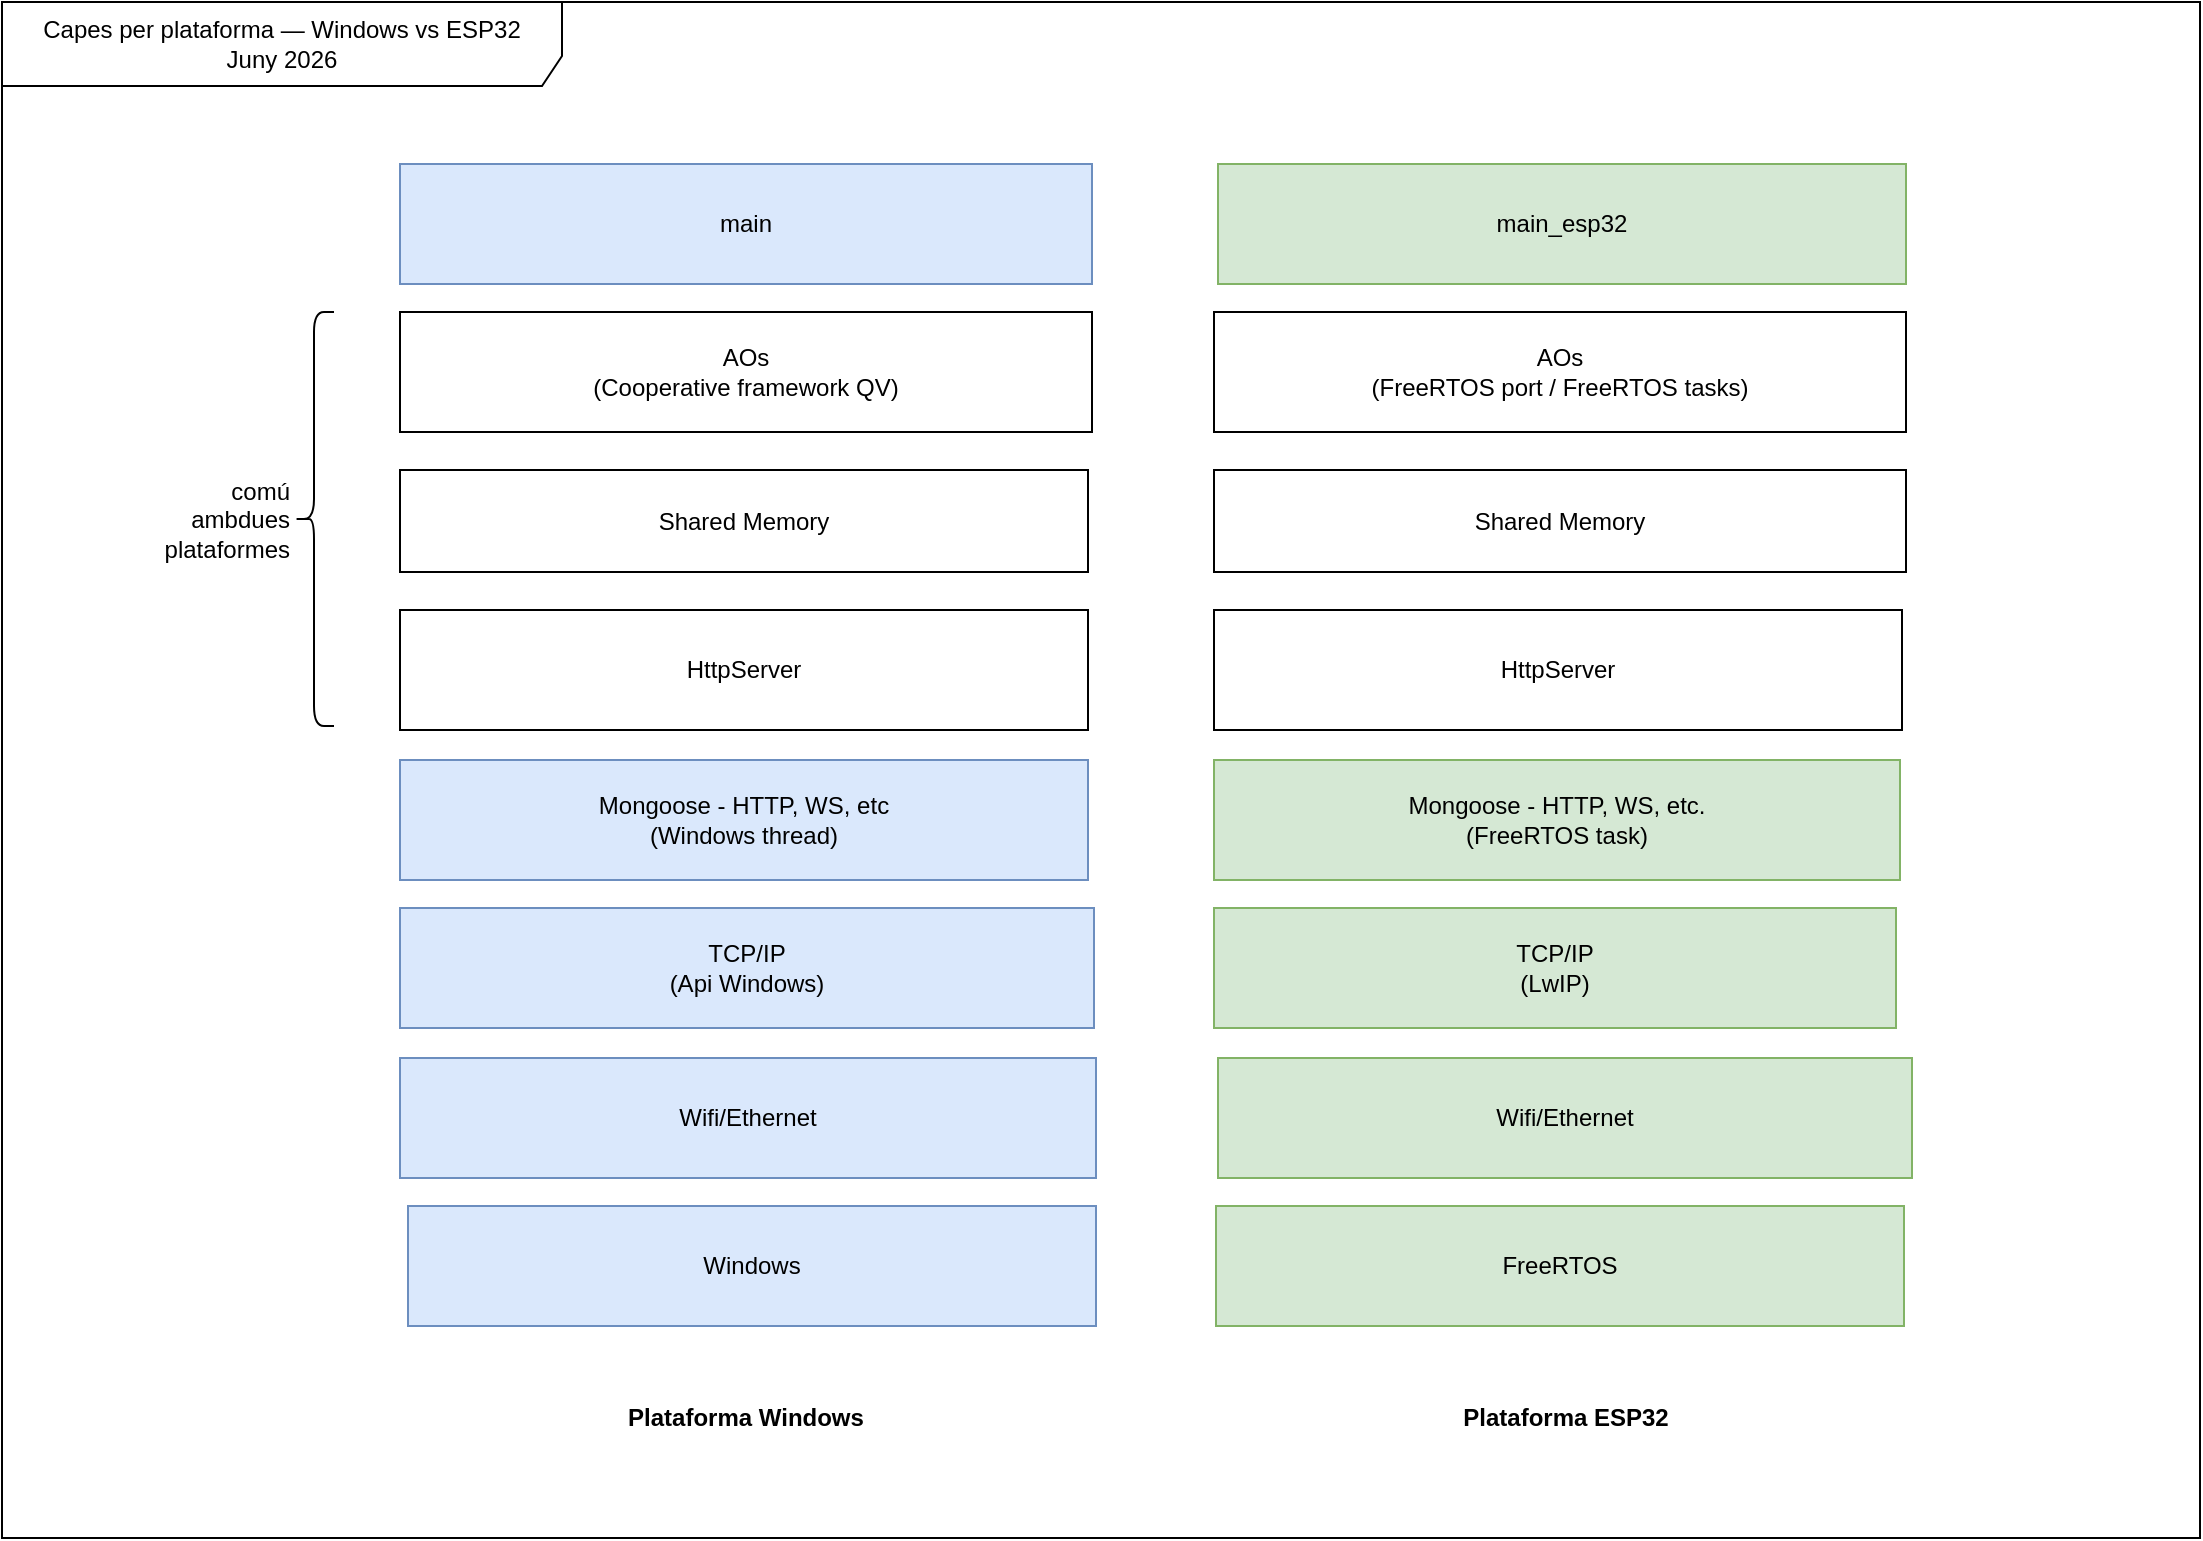
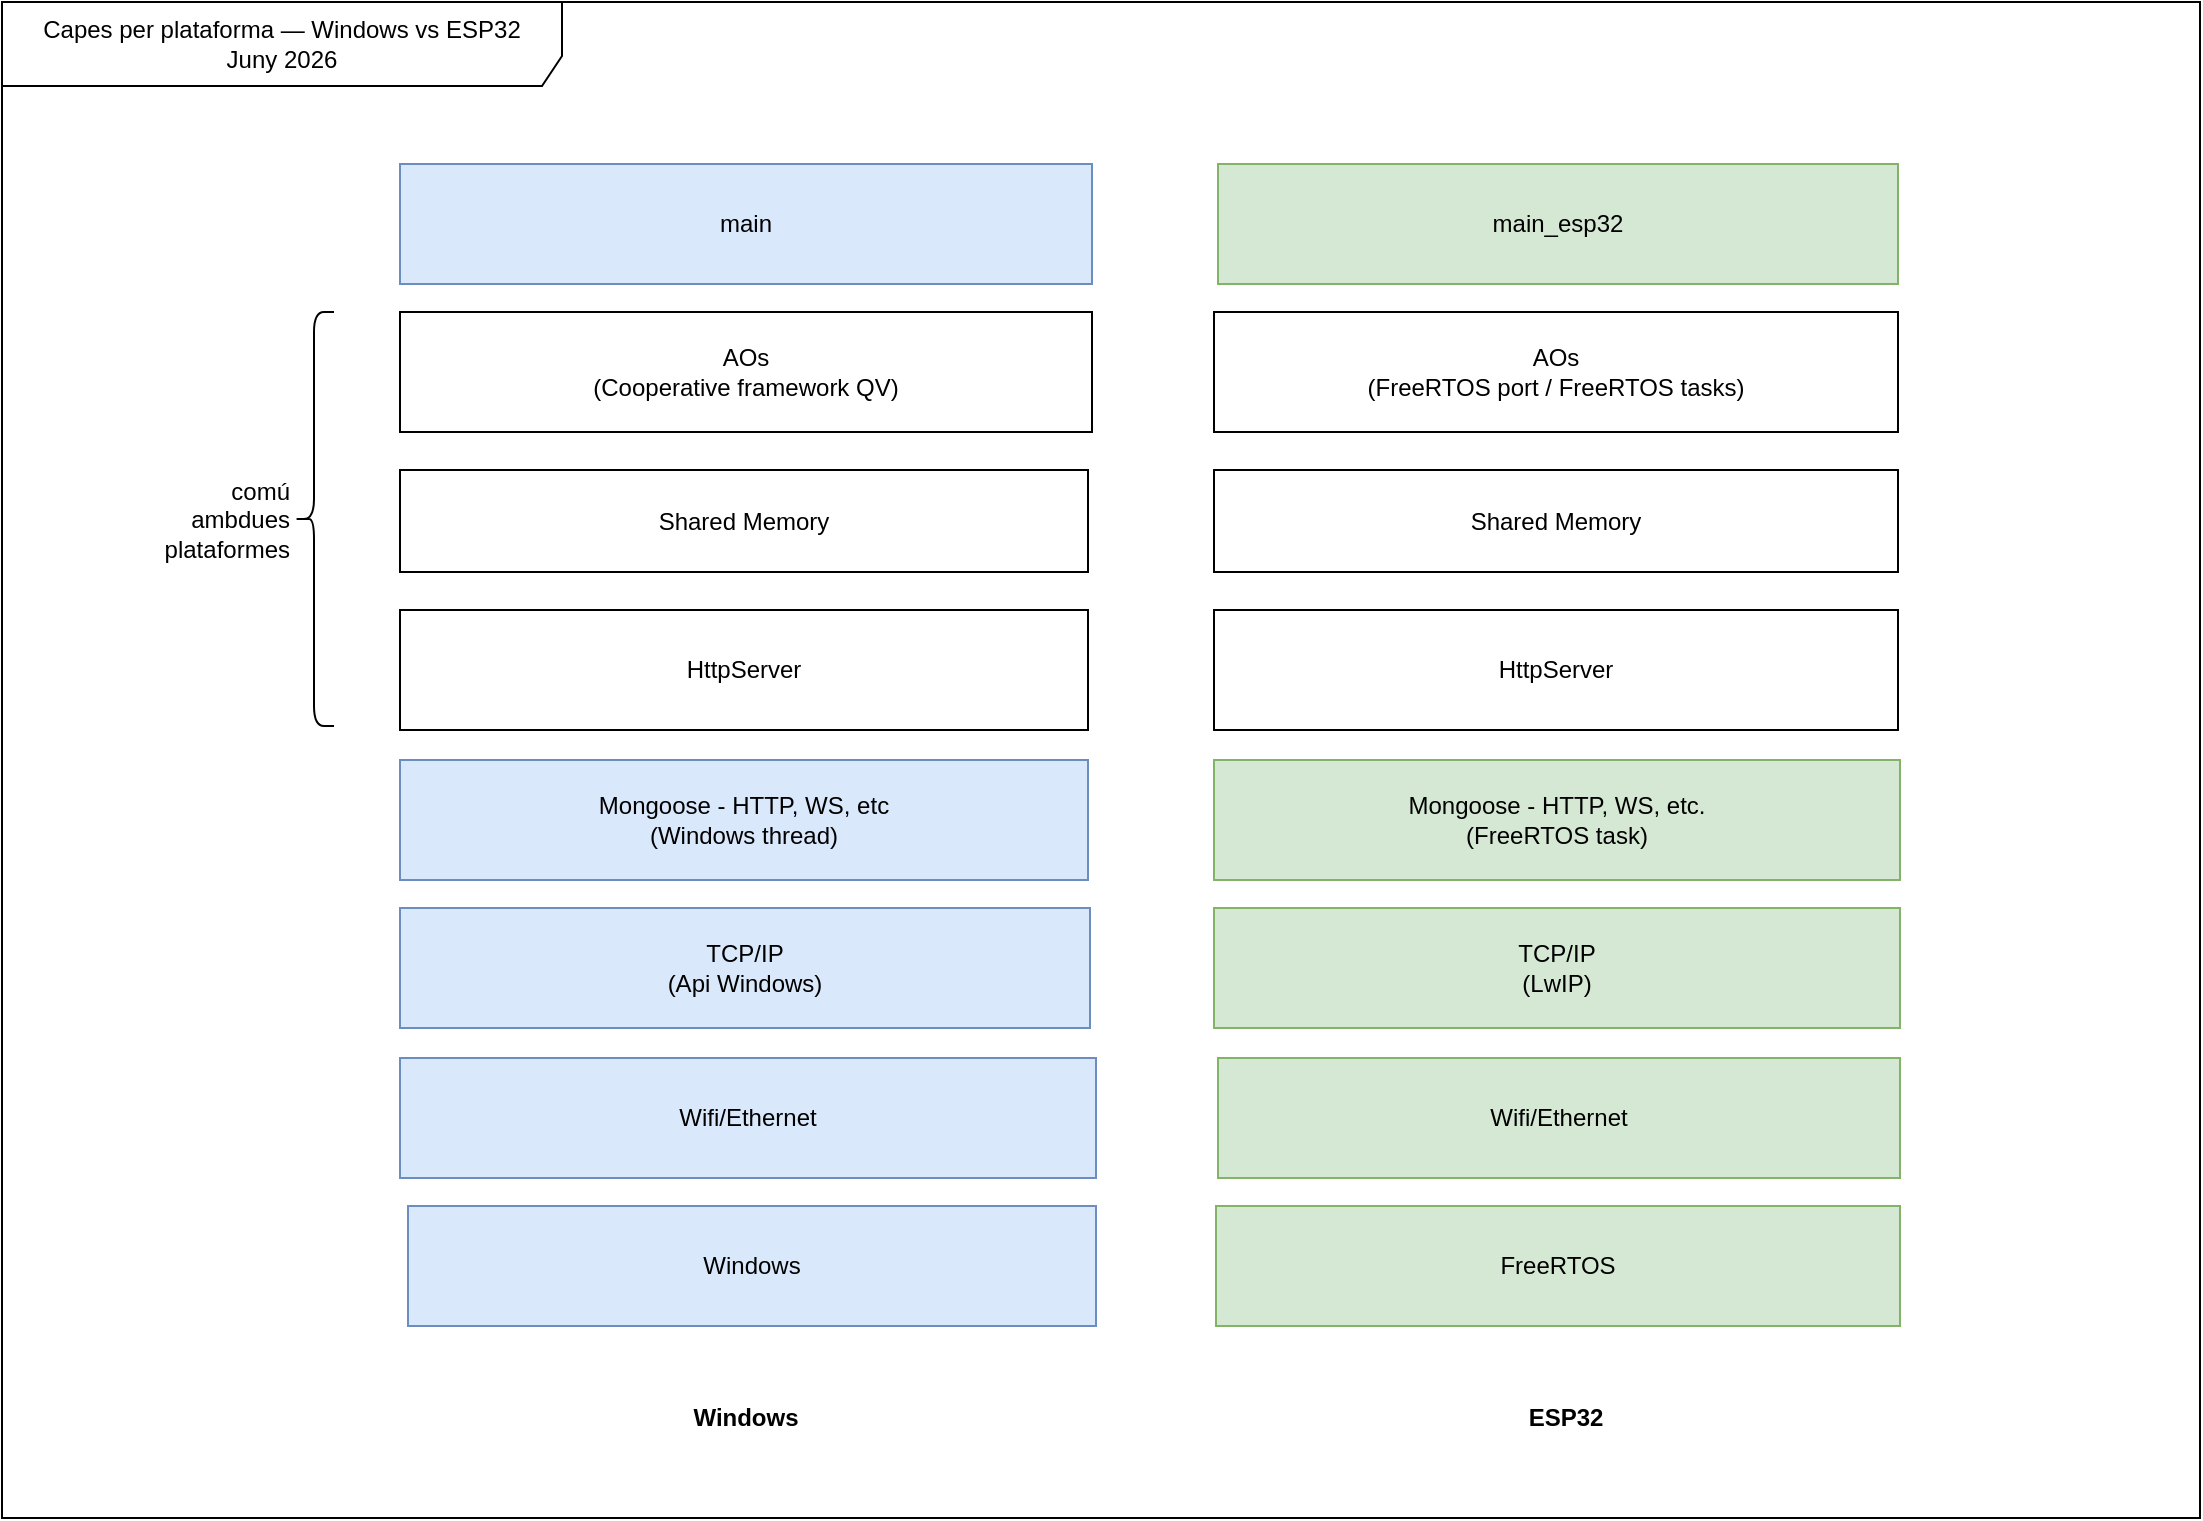
<mxfile host="Electron" agent="Mozilla/5.0 (Windows NT 10.0; Win64; x64) AppleWebKit/537.36 (KHTML, like Gecko) draw.io/28.2.8 Chrome/140.0.7339.240 Electron/38.4.0 Safari/537.36" version="28.2.8">
  <diagram name="Página-1" id="iuWj1tzCN64s61lag5Kg">
-     <mxGraphModel dx="1694" dy="977" grid="0" gridSize="10" guides="1" tooltips="1" connect="1" arrows="1" fold="1" page="0" pageScale="1" pageWidth="2336" pageHeight="1654" math="0" shadow="0">
+     <mxGraphModel dx="2009" dy="1180" grid="0" gridSize="10" guides="1" tooltips="1" connect="1" arrows="1" fold="1" page="0" pageScale="1" pageWidth="2336" pageHeight="1654" math="0" shadow="0">
      <root>
        <mxCell id="0" />
        <mxCell id="1" parent="0" />
        <mxCell id="wlldt76cuTSGM-yE6obA-1" value="TCP/IP&lt;div&gt;(Api Windows)&lt;/div&gt;" style="rounded=0;whiteSpace=wrap;html=1;fillColor=#dae8fc;strokeColor=#6c8ebf;" parent="1" vertex="1">
-           <mxGeometry x="-238" y="231" width="347" height="60" as="geometry" />
+           <mxGeometry x="-238" y="231" width="345" height="60" as="geometry" />
        </mxCell>
        <mxCell id="wlldt76cuTSGM-yE6obA-3" value="Wifi/Ethernet" style="rounded=0;whiteSpace=wrap;html=1;fillColor=#dae8fc;strokeColor=#6c8ebf;" parent="1" vertex="1">
          <mxGeometry x="-238" y="306" width="348" height="60" as="geometry" />
        </mxCell>
        <mxCell id="wlldt76cuTSGM-yE6obA-5" value="Mongoose - HTTP, WS, etc&lt;div&gt;(Windows thread)&lt;/div&gt;" style="rounded=0;whiteSpace=wrap;html=1;fillColor=#dae8fc;strokeColor=#6c8ebf;" parent="1" vertex="1">
          <mxGeometry x="-238" y="157" width="344" height="60" as="geometry" />
        </mxCell>
        <mxCell id="wlldt76cuTSGM-yE6obA-7" value="HttpServer" style="rounded=0;whiteSpace=wrap;html=1;" parent="1" vertex="1">
          <mxGeometry x="-238" y="82" width="344" height="60" as="geometry" />
        </mxCell>
        <mxCell id="wlldt76cuTSGM-yE6obA-10" value="AOs&lt;div&gt;(Cooperative framework QV)&lt;/div&gt;" style="rounded=0;whiteSpace=wrap;html=1;" parent="1" vertex="1">
          <mxGeometry x="-238" y="-67" width="346" height="60" as="geometry" />
        </mxCell>
        <mxCell id="wlldt76cuTSGM-yE6obA-12" value="main" style="rounded=0;whiteSpace=wrap;html=1;fillColor=#dae8fc;strokeColor=#6c8ebf;" parent="1" vertex="1">
          <mxGeometry x="-238" y="-141" width="346" height="60" as="geometry" />
        </mxCell>
        <mxCell id="wlldt76cuTSGM-yE6obA-14" value="Shared Memory" style="rounded=0;whiteSpace=wrap;html=1;" parent="1" vertex="1">
          <mxGeometry x="-238" y="12" width="344" height="51" as="geometry" />
        </mxCell>
        <mxCell id="wlldt76cuTSGM-yE6obA-17" value="TCP/IP&lt;div&gt;(LwIP)&lt;/div&gt;" style="rounded=0;whiteSpace=wrap;html=1;fillColor=#d5e8d4;strokeColor=#82b366;" parent="1" vertex="1">
-           <mxGeometry x="169" y="231" width="341" height="60" as="geometry" />
+           <mxGeometry x="169" y="231" width="343" height="60" as="geometry" />
        </mxCell>
        <mxCell id="wlldt76cuTSGM-yE6obA-19" value="Wifi/Ethernet" style="rounded=0;whiteSpace=wrap;html=1;fillColor=#d5e8d4;strokeColor=#82b366;" parent="1" vertex="1">
-           <mxGeometry x="171" y="306" width="347" height="60" as="geometry" />
+           <mxGeometry x="171" y="306" width="341" height="60" as="geometry" />
        </mxCell>
        <mxCell id="wlldt76cuTSGM-yE6obA-20" value="Mongoose - HTTP, WS, etc.&lt;div&gt;(FreeRTOS task)&lt;/div&gt;" style="rounded=0;whiteSpace=wrap;html=1;fillColor=#d5e8d4;strokeColor=#82b366;" parent="1" vertex="1">
          <mxGeometry x="169" y="157" width="343" height="60" as="geometry" />
        </mxCell>
        <mxCell id="wlldt76cuTSGM-yE6obA-21" value="HttpServer" style="rounded=0;whiteSpace=wrap;html=1;" parent="1" vertex="1">
-           <mxGeometry x="169" y="82" width="344" height="60" as="geometry" />
+           <mxGeometry x="169" y="82" width="342" height="60" as="geometry" />
        </mxCell>
        <mxCell id="wlldt76cuTSGM-yE6obA-24" value="main_esp32" style="rounded=0;whiteSpace=wrap;html=1;fillColor=#d5e8d4;strokeColor=#82b366;" parent="1" vertex="1">
-           <mxGeometry x="171" y="-141" width="344" height="60" as="geometry" />
+           <mxGeometry x="171" y="-141" width="340" height="60" as="geometry" />
        </mxCell>
        <mxCell id="wlldt76cuTSGM-yE6obA-25" value="Shared Memory" style="rounded=0;whiteSpace=wrap;html=1;" parent="1" vertex="1">
-           <mxGeometry x="169" y="12" width="346" height="51" as="geometry" />
+           <mxGeometry x="169" y="12" width="342" height="51" as="geometry" />
        </mxCell>
        <mxCell id="wlldt76cuTSGM-yE6obA-27" value="FreeRTOS" style="rounded=0;whiteSpace=wrap;html=1;fillColor=#d5e8d4;strokeColor=#82b366;" parent="1" vertex="1">
-           <mxGeometry x="170" y="380" width="344" height="60" as="geometry" />
+           <mxGeometry x="170" y="380" width="342" height="60" as="geometry" />
        </mxCell>
        <mxCell id="wlldt76cuTSGM-yE6obA-22" value="AOs&lt;div&gt;(FreeRTOS port / FreeRTOS tasks)&lt;/div&gt;" style="rounded=0;whiteSpace=wrap;html=1;" parent="1" vertex="1">
-           <mxGeometry x="169" y="-67" width="346" height="60" as="geometry" />
+           <mxGeometry x="169" y="-67" width="342" height="60" as="geometry" />
        </mxCell>
-         <mxCell id="BnJ5BnqUndi74dd3diWF-1" value="Windows" style="rounded=0;whiteSpace=wrap;html=1;fillColor=#dae8fc;strokeColor=#6c8ebf;" vertex="1" parent="1">
+         <mxCell id="BnJ5BnqUndi74dd3diWF-1" value="Windows" style="rounded=0;whiteSpace=wrap;html=1;fillColor=#dae8fc;strokeColor=#6c8ebf;" parent="1" vertex="1">
          <mxGeometry x="-234" y="380" width="344" height="60" as="geometry" />
        </mxCell>
-         <mxCell id="BnJ5BnqUndi74dd3diWF-2" value="comú ambdu&lt;span style=&quot;background-color: transparent; color: light-dark(rgb(0, 0, 0), rgb(255, 255, 255));&quot;&gt;es plataformes&lt;/span&gt;" style="shape=curlyBracket;whiteSpace=wrap;html=1;rounded=1;labelPosition=left;verticalLabelPosition=middle;align=right;verticalAlign=middle;" vertex="1" parent="1">
+         <mxCell id="BnJ5BnqUndi74dd3diWF-2" value="comú ambdu&lt;span style=&quot;background-color: transparent; color: light-dark(rgb(0, 0, 0), rgb(255, 255, 255));&quot;&gt;es plataformes&lt;/span&gt;" style="shape=curlyBracket;whiteSpace=wrap;html=1;rounded=1;labelPosition=left;verticalLabelPosition=middle;align=right;verticalAlign=middle;" parent="1" vertex="1">
          <mxGeometry x="-291" y="-67" width="20" height="207" as="geometry" />
        </mxCell>
-         <mxCell id="BnJ5BnqUndi74dd3diWF-5" value="Plataforma Windows" style="text;html=1;whiteSpace=wrap;strokeColor=none;fillColor=none;align=center;verticalAlign=middle;rounded=0;fontStyle=1" vertex="1" parent="1">
+         <mxCell id="BnJ5BnqUndi74dd3diWF-5" value="Windows" style="text;html=1;whiteSpace=wrap;strokeColor=none;fillColor=none;align=center;verticalAlign=middle;rounded=0;fontStyle=1" parent="1" vertex="1">
          <mxGeometry x="-130" y="471" width="130" height="30" as="geometry" />
        </mxCell>
-         <mxCell id="BnJ5BnqUndi74dd3diWF-6" value="Plataforma ESP32" style="text;html=1;whiteSpace=wrap;strokeColor=none;fillColor=none;align=center;verticalAlign=middle;rounded=0;fontStyle=1" vertex="1" parent="1">
+         <mxCell id="BnJ5BnqUndi74dd3diWF-6" value="ESP32" style="text;html=1;whiteSpace=wrap;strokeColor=none;fillColor=none;align=center;verticalAlign=middle;rounded=0;fontStyle=1" parent="1" vertex="1">
          <mxGeometry x="279.5" y="471" width="130" height="30" as="geometry" />
        </mxCell>
-         <mxCell id="BnJ5BnqUndi74dd3diWF-7" value="Capes per plataforma — Windows vs ESP32&lt;div&gt;Juny 2026&lt;/div&gt;" style="shape=umlFrame;whiteSpace=wrap;html=1;pointerEvents=0;recursiveResize=0;container=1;collapsible=0;width=280;height=42;" vertex="1" parent="1">
-           <mxGeometry x="-437" y="-222" width="1099" height="768" as="geometry" />
+         <mxCell id="BnJ5BnqUndi74dd3diWF-7" value="Capes per plataforma — Windows vs ESP32&lt;div&gt;Juny 2026&lt;/div&gt;" style="shape=umlFrame;whiteSpace=wrap;html=1;pointerEvents=0;recursiveResize=0;container=1;collapsible=0;width=280;height=42;" parent="1" vertex="1">
+           <mxGeometry x="-437" y="-222" width="1099" height="758" as="geometry" />
        </mxCell>
      </root>
    </mxGraphModel>
  </diagram>
</mxfile>
